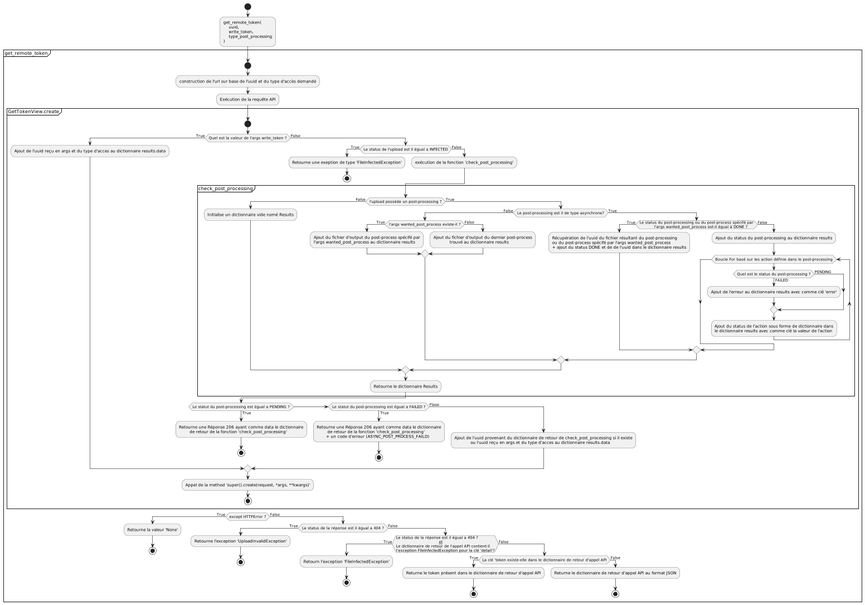
This is osis_document/docs/img/get_remote_token.png from uclouvain/osis-document, a PlantUML export, as it was before one commit.
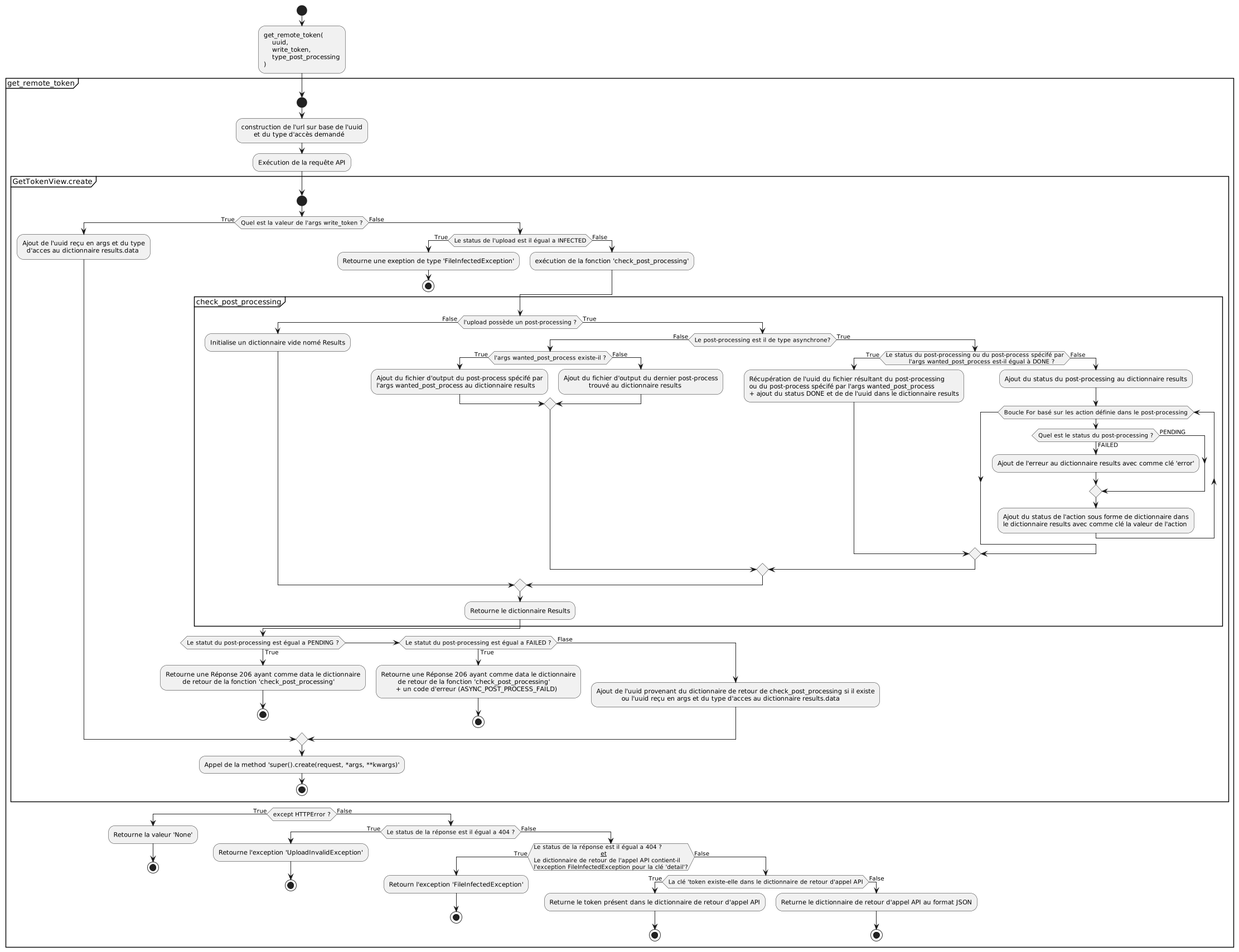
After the commit.

The edit, as a diff of the source:
```diff
@@ -1,5 +1,6 @@
 @startuml
-
+scale max 1024 width
+skinparam dpi 300
 start
 :get_remote_token(
     uuid,
@@ -11,7 +12,8 @@
 
 partition get_remote_token
 start
-:construction de l'url sur base de l'uuid et du type d'accès demandé;
+:construction de l'url sur base de l'uuid
+      et du type d'accès demandé;
 :Exécution de la requête API;
 
     partition GetTokenView.create
@@ -20,7 +22,8 @@
 
 
         if (Quel est la valeur de l'args write_token ?) then(True)
-           :Ajout de l'uuid reçu en args et du type d'acces au dictionnaire results.data;
+           :Ajout de l'uuid reçu en args et du type
+             d'acces au dictionnaire results.data;
         else (False)
             if (Le status de l'upload est il égual a INFECTED) then(True)
                 :Retourne une exeption de type 'FileInfectedException';
```
